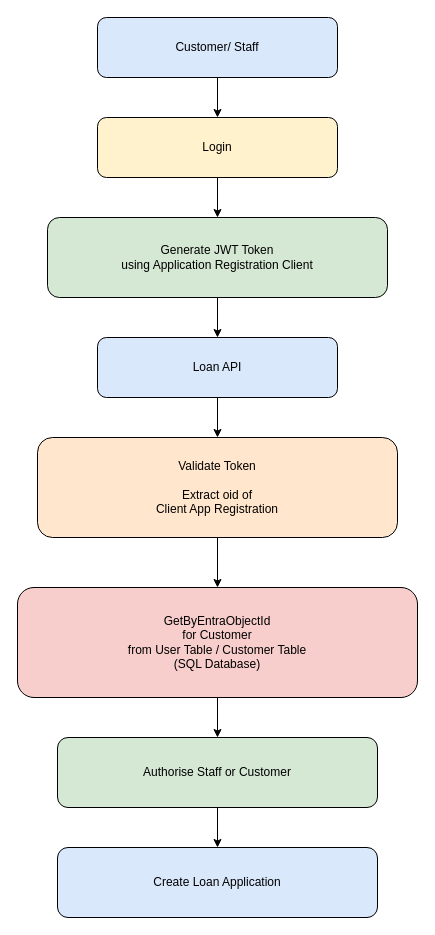
Above: Documents/Authentication/Authenticate.drawio in kirtish19/BankingApp (draw.io), before the change. Source tidied: cells renumbered, new cells numbered last; positions are measured from the earlier drawing's top-left corner, leaving out a move shared by most shapes. Both pictures are drawn from the tidied source at 100%, with x=0, y=0 at pixel (17, 17).
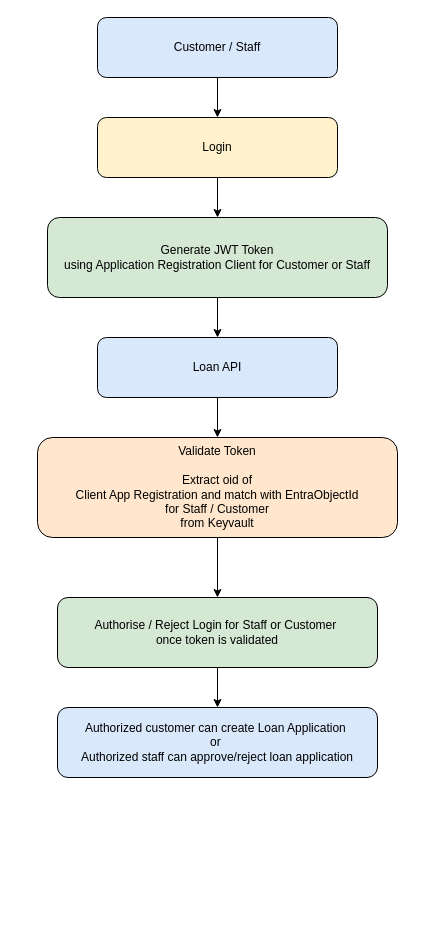
After the change.

Commit message (it also covers changes not shown here):
Authentication flow updated

The edit, as a diff of the source:
```diff
@@
 <mxGraphModel>
   <root>
     <mxCell id="0" />
     <mxCell id="1" parent="0" />
-    <mxCell id="2" value="Customer/ Staff" style="rounded=1;whiteSpace=wrap;html=1;fillColor=#dae8fc;" parent="1" vertex="1">
+    <mxCell id="2" value="Customer / Staff" style="rounded=1;whiteSpace=wrap;html=1;fillColor=#dae8fc;" parent="1" vertex="1">
       <mxGeometry x="80" width="240" height="60" as="geometry" />
     </mxCell>
     <mxCell id="3" value="Login" style="rounded=1;whiteSpace=wrap;html=1;fillColor=#fff2cc;" parent="1" vertex="1">
       <mxGeometry x="80" y="100" width="240" height="60" as="geometry" />
     </mxCell>
-    <mxCell id="4" value="Generate JWT Token&#10;using Application Registration Client" style="rounded=1;whiteSpace=wrap;html=1;fillColor=#d5e8d4;" parent="1" vertex="1">
+    <mxCell id="4" value="Generate JWT Token&lt;br&gt;using Application Registration Client for Customer or Staff" style="rounded=1;whiteSpace=wrap;html=1;fillColor=#d5e8d4;" parent="1" vertex="1">
       <mxGeometry x="30" y="200" width="340" height="80" as="geometry" />
     </mxCell>
     <mxCell id="5" value="Loan API" style="rounded=1;whiteSpace=wrap;html=1;fillColor=#dae8fc;" parent="1" vertex="1">
       <mxGeometry x="80" y="320" width="240" height="60" as="geometry" />
     </mxCell>
-    <mxCell id="6" value="Validate Token&#10;&#10;Extract oid of&#10;Client App Registration" style="rounded=1;whiteSpace=wrap;html=1;fillColor=#ffe6cc;" parent="1" vertex="1">
+    <mxCell id="6" value="Validate Token&lt;br&gt;&lt;br&gt;Extract oid of&lt;br&gt;Client App Registration and match with EntraObjectId&lt;br&gt;for Staff / Customer&lt;br&gt;from Keyvault" style="rounded=1;whiteSpace=wrap;html=1;fillColor=#ffe6cc;" parent="1" vertex="1">
       <mxGeometry x="20" y="420" width="360" height="100" as="geometry" />
     </mxCell>
-    <mxCell id="7" value="GetByEntraObjectId&#10;for Customer&#10;from User Table / Customer Table&#10;(SQL Database)" style="rounded=1;whiteSpace=wrap;html=1;fillColor=#f8cecc;" parent="1" vertex="1">
-      <mxGeometry y="570" width="400" height="110" as="geometry" />
-    </mxCell>
-    <mxCell id="8" value="Authorise Staff or Customer" style="rounded=1;whiteSpace=wrap;html=1;fillColor=#d5e8d4;" parent="1" vertex="1">
-      <mxGeometry x="40" y="720" width="320" height="70" as="geometry" />
+    <mxCell id="8" value="Authorise / Reject Login for Staff or Customer&amp;nbsp;&lt;div&gt;once token is validated&lt;/div&gt;" style="rounded=1;whiteSpace=wrap;html=1;fillColor=#d5e8d4;" parent="1" vertex="1">
+      <mxGeometry x="40" y="580" width="320" height="70" as="geometry" />
     </mxCell>
-    <mxCell id="9" value="Create Loan Application" style="rounded=1;whiteSpace=wrap;html=1;fillColor=#dae8fc;" parent="1" vertex="1">
-      <mxGeometry x="40" y="830" width="320" height="70" as="geometry" />
+    <mxCell id="9" value="Authorized customer can create Loan Application&amp;nbsp;&lt;div&gt;&lt;span style=&quot;background-color: transparent; color: light-dark(rgb(0, 0, 0), rgb(255, 255, 255));&quot;&gt;or&amp;nbsp;&lt;br&gt;&lt;/span&gt;&lt;div&gt;&lt;span style=&quot;background-color: transparent; color: light-dark(rgb(0, 0, 0), rgb(255, 255, 255));&quot;&gt;Authorized&lt;/span&gt;&lt;span style=&quot;background-color: transparent; color: light-dark(rgb(0, 0, 0), rgb(255, 255, 255));&quot;&gt;&amp;nbsp;s&lt;/span&gt;&lt;span style=&quot;background-color: transparent; color: light-dark(rgb(0, 0, 0), rgb(255, 255, 255));&quot;&gt;taff can approve/reject&amp;nbsp;&lt;/span&gt;&lt;span style=&quot;background-color: transparent; color: light-dark(rgb(0, 0, 0), rgb(255, 255, 255));&quot;&gt;loan application&lt;/span&gt;&lt;/div&gt;&lt;/div&gt;" style="rounded=1;whiteSpace=wrap;html=1;fillColor=#dae8fc;" parent="1" vertex="1">
+      <mxGeometry x="40" y="690" width="320" height="70" as="geometry" />
     </mxCell>
     <mxCell id="10" parent="1" edge="1" source="2" target="3">
       <mxGeometry relative="1" as="geometry" />
     </mxCell>
     <mxCell id="11" parent="1" edge="1" source="3" target="4">
       <mxGeometry relative="1" as="geometry" />
     </mxCell>
     <mxCell id="12" parent="1" edge="1" source="4" target="5">
       <mxGeometry relative="1" as="geometry" />
     </mxCell>
     <mxCell id="13" parent="1" edge="1" source="5" target="6">
       <mxGeometry relative="1" as="geometry" />
     </mxCell>
-    <mxCell id="14" parent="1" edge="1" source="6" target="7">
+    <mxCell id="14" parent="1" edge="1" source="6" target="8">
       <mxGeometry relative="1" as="geometry" />
     </mxCell>
-    <mxCell id="15" parent="1" edge="1" source="7" target="8">
-      <mxGeometry relative="1" as="geometry" />
-    </mxCell>
     <mxCell id="16" parent="1" edge="1" source="8" target="9">
       <mxGeometry relative="1" as="geometry" />
     </mxCell>
   </root>
 </mxGraphModel>
```
